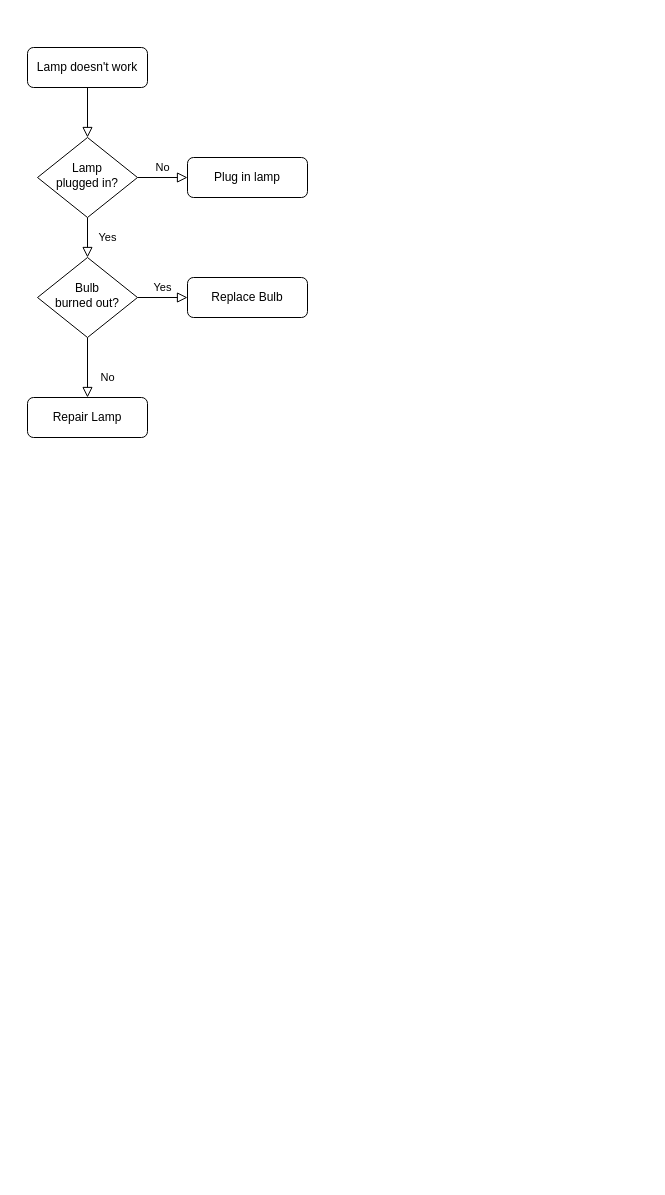
This is Website-flow.drawio from jxcarlat/News_Hub, a draw.io file, before an edit. Source tidied: cells renumbered, new cells numbered last; positions are measured from the earlier drawing's top-left corner, leaving out a move shared by most shapes. Both pictures are drawn from the tidied source at 100%, with x=0, y=0 at pixel (27, 47).
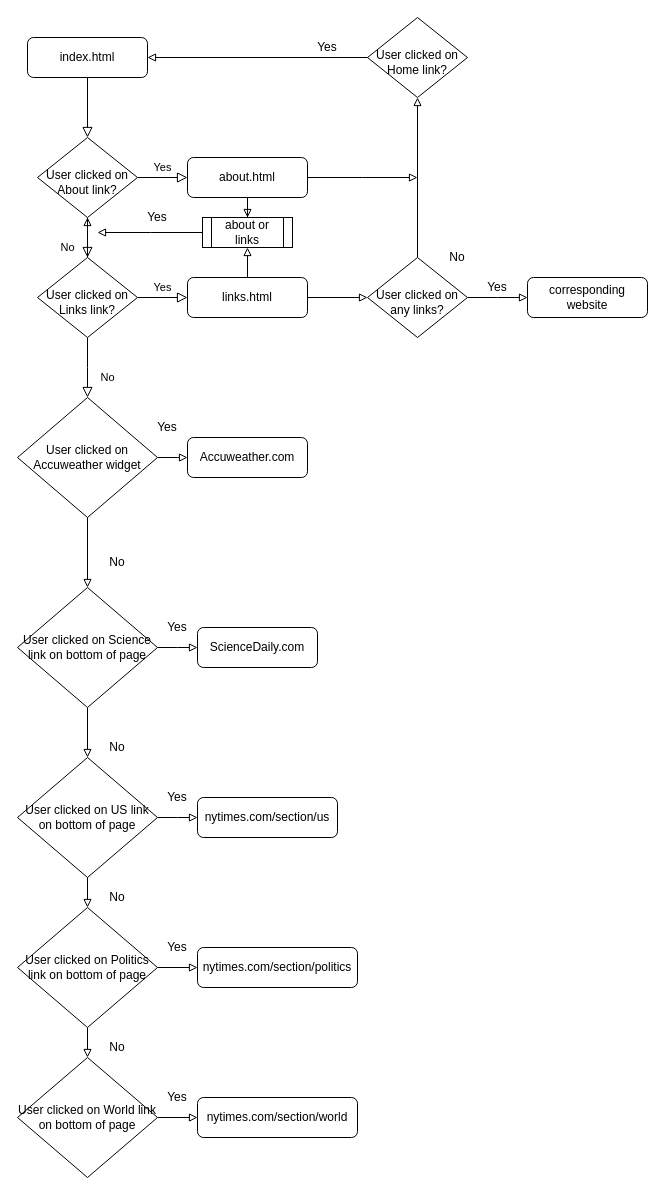
Above is the later version.

Change to the diagram source:
```diff
@@
-    <mxCell id="3" value="Lamp doesn't work" style="rounded=1;whiteSpace=wrap;html=1;fontSize=12;glass=0;strokeWidth=1;shadow=0;" parent="1" vertex="1">
-      <mxGeometry width="120" height="40" as="geometry" />
+    <mxCell id="3" value="index.html" style="rounded=1;whiteSpace=wrap;html=1;fontSize=12;glass=0;strokeWidth=1;shadow=0;" parent="1" vertex="1">
+      <mxGeometry y="-10" width="120" height="40" as="geometry" />
     </mxCell>
-    <mxCell id="4" value="Yes" style="rounded=0;html=1;jettySize=auto;fontSize=11;endArrow=block;endFill=0;endSize=8;strokeWidth=1;shadow=0;labelBackgroundColor=none;edgeStyle=orthogonalEdgeStyle;" parent="1" edge="1" source="6" target="10">
-      <mxGeometry y="20" relative="1" as="geometry" />
+    <mxCell id="4" value="No" style="rounded=0;html=1;jettySize=auto;fontSize=11;endArrow=block;endFill=0;endSize=8;strokeWidth=1;shadow=0;labelBackgroundColor=none;edgeStyle=orthogonalEdgeStyle;" parent="1" edge="1" source="6" target="10">
+      <mxGeometry x="0.5" y="-20" relative="1" as="geometry" />
     </mxCell>
-    <mxCell id="5" value="No" style="edgeStyle=orthogonalEdgeStyle;rounded=0;html=1;jettySize=auto;fontSize=11;endArrow=block;endFill=0;endSize=8;strokeWidth=1;shadow=0;labelBackgroundColor=none;" parent="1" edge="1" source="6" target="7">
+    <mxCell id="5" value="Yes" style="edgeStyle=orthogonalEdgeStyle;rounded=0;html=1;jettySize=auto;fontSize=11;endArrow=block;endFill=0;endSize=8;strokeWidth=1;shadow=0;labelBackgroundColor=none;" parent="1" edge="1" source="6" target="7">
       <mxGeometry y="10" relative="1" as="geometry" />
     </mxCell>
-    <mxCell id="6" value="Lamp&lt;br&gt;plugged in?" style="rhombus;whiteSpace=wrap;html=1;shadow=0;fontFamily=Helvetica;fontSize=12;align=center;strokeWidth=1;spacing=6;spacingTop=-4;" parent="1" vertex="1">
+    <mxCell id="6" value="&lt;br&gt;User clicked on About link?" style="rhombus;whiteSpace=wrap;html=1;shadow=0;fontFamily=Helvetica;fontSize=12;align=center;strokeWidth=1;spacing=6;spacingTop=-4;" parent="1" vertex="1">
       <mxGeometry x="10" y="90" width="100" height="80" as="geometry" />
     </mxCell>
+    <mxCell id="13" style="edgeStyle=orthogonalEdgeStyle;rounded=0;jettySize=auto;html=1;endArrow=block;endFill=0;strokeWidth=1;" parent="1" edge="1" source="7">
+      <mxGeometry relative="1" as="geometry">
+        <mxPoint x="390" y="130" as="targetPoint" />
+      </mxGeometry>
+    </mxCell>
+    <mxCell id="14" style="edgeStyle=orthogonalEdgeStyle;rounded=0;jettySize=auto;html=1;entryX=0.5;entryY=0;entryDx=0;entryDy=0;endArrow=block;endFill=0;" parent="1" edge="1" source="7" target="56">
+      <mxGeometry relative="1" as="geometry" />
+    </mxCell>
-    <mxCell id="7" value="Plug in lamp" style="rounded=1;whiteSpace=wrap;html=1;fontSize=12;glass=0;strokeWidth=1;shadow=0;" parent="1" vertex="1">
+    <mxCell id="7" value="about.html" style="rounded=1;whiteSpace=wrap;html=1;fontSize=12;glass=0;strokeWidth=1;shadow=0;" parent="1" vertex="1">
       <mxGeometry x="160" y="110" width="120" height="40" as="geometry" />
     </mxCell>
-    <mxCell id="8" value="No" style="rounded=0;html=1;jettySize=auto;fontSize=11;endArrow=block;endFill=0;endSize=8;strokeWidth=1;shadow=0;labelBackgroundColor=none;edgeStyle=orthogonalEdgeStyle;" parent="1" edge="1" source="10" target="11">
-      <mxGeometry x="0.33" y="20" relative="1" as="geometry" />
+    <mxCell id="8" value="No" style="rounded=0;html=1;jettySize=auto;fontSize=11;endArrow=block;endFill=0;endSize=8;strokeWidth=1;shadow=0;labelBackgroundColor=none;edgeStyle=orthogonalEdgeStyle;" parent="1" edge="1" source="10">
+      <mxGeometry x="0.33" y="20" relative="1" as="geometry">
+        <mxPoint x="60" y="350" as="targetPoint" />
+      </mxGeometry>
     </mxCell>
@@
+    <mxCell id="15" style="edgeStyle=orthogonalEdgeStyle;rounded=0;jettySize=auto;html=1;endArrow=block;endFill=0;" parent="1" edge="1" source="10" target="6">
+      <mxGeometry relative="1" as="geometry" />
+    </mxCell>
-    <mxCell id="10" value="Bulb&lt;br&gt;burned out?" style="rhombus;whiteSpace=wrap;html=1;shadow=0;fontFamily=Helvetica;fontSize=12;align=center;strokeWidth=1;spacing=6;spacingTop=-4;" parent="1" vertex="1">
+    <mxCell id="10" value="&lt;br&gt;User clicked on Links link?" style="rhombus;whiteSpace=wrap;html=1;shadow=0;fontFamily=Helvetica;fontSize=12;align=center;strokeWidth=1;spacing=6;spacingTop=-4;" parent="1" vertex="1">
       <mxGeometry x="10" y="210" width="100" height="80" as="geometry" />
     </mxCell>
-    <mxCell id="11" value="Repair Lamp" style="rounded=1;whiteSpace=wrap;html=1;fontSize=12;glass=0;strokeWidth=1;shadow=0;" parent="1" vertex="1">
-      <mxGeometry y="350" width="120" height="40" as="geometry" />
-    </mxCell>
+    <mxCell id="16" style="edgeStyle=orthogonalEdgeStyle;rounded=0;jettySize=auto;html=1;entryX=0;entryY=0.5;entryDx=0;entryDy=0;endArrow=block;endFill=0;strokeWidth=1;" parent="1" edge="1" source="12" target="48">
+      <mxGeometry relative="1" as="geometry" />
+    </mxCell>
+    <mxCell id="17" style="edgeStyle=orthogonalEdgeStyle;rounded=0;jettySize=auto;html=1;endArrow=block;endFill=0;" parent="1" edge="1" source="12" target="56">
+      <mxGeometry relative="1" as="geometry" />
+    </mxCell>
-    <mxCell id="12" value="Replace Bulb" style="rounded=1;whiteSpace=wrap;html=1;fontSize=12;glass=0;strokeWidth=1;shadow=0;" parent="1" vertex="1">
+    <mxCell id="12" value="links.html" style="rounded=1;whiteSpace=wrap;html=1;fontSize=12;glass=0;strokeWidth=1;shadow=0;" parent="1" vertex="1">
       <mxGeometry x="160" y="230" width="120" height="40" as="geometry" />
     </mxCell>
+    <mxCell id="18" style="edgeStyle=orthogonalEdgeStyle;rounded=0;jettySize=auto;html=1;endArrow=block;endFill=0;strokeWidth=1;" parent="1" edge="1" source="20">
+      <mxGeometry relative="1" as="geometry">
+        <mxPoint x="160" y="410" as="targetPoint" />
+      </mxGeometry>
+    </mxCell>
+    <mxCell id="19" style="edgeStyle=orthogonalEdgeStyle;rounded=0;jettySize=auto;html=1;endArrow=block;endFill=0;strokeWidth=1;" parent="1" edge="1" source="20" target="24">
+      <mxGeometry relative="1" as="geometry" />
+    </mxCell>
+    <mxCell id="20" value="User clicked on Accuweather widget" style="rhombus;whiteSpace=wrap;html=1;" parent="1" vertex="1">
+      <mxGeometry x="-10" y="350" width="140" height="120" as="geometry" />
+    </mxCell>
+    <mxCell id="21" value="Accuweather.com" style="rounded=1;whiteSpace=wrap;html=1;fontSize=12;glass=0;strokeWidth=1;shadow=0;" parent="1" vertex="1">
+      <mxGeometry x="160" y="390" width="120" height="40" as="geometry" />
+    </mxCell>
+    <mxCell id="22" style="edgeStyle=orthogonalEdgeStyle;rounded=0;jettySize=auto;html=1;endArrow=block;endFill=0;strokeWidth=1;" parent="1" edge="1" source="24">
+      <mxGeometry relative="1" as="geometry">
+        <mxPoint x="170" y="600" as="targetPoint" />
+      </mxGeometry>
+    </mxCell>
+    <mxCell id="23" style="edgeStyle=orthogonalEdgeStyle;rounded=0;jettySize=auto;html=1;entryX=0.5;entryY=0;entryDx=0;entryDy=0;endArrow=block;endFill=0;strokeWidth=1;" parent="1" edge="1" source="24" target="29">
+      <mxGeometry relative="1" as="geometry" />
+    </mxCell>
+    <mxCell id="24" value="User clicked on Science link on bottom of page" style="rhombus;whiteSpace=wrap;html=1;" parent="1" vertex="1">
+      <mxGeometry x="-10" y="540" width="140" height="120" as="geometry" />
+    </mxCell>
+    <mxCell id="25" value="No" style="text;html=1;strokeColor=none;fillColor=none;align=center;verticalAlign=middle;whiteSpace=wrap;rounded=0;" parent="1" vertex="1">
+      <mxGeometry x="70" y="505" width="40" height="20" as="geometry" />
+    </mxCell>
+    <mxCell id="26" value="ScienceDaily.com" style="rounded=1;whiteSpace=wrap;html=1;fontSize=12;glass=0;strokeWidth=1;shadow=0;" parent="1" vertex="1">
+      <mxGeometry x="170" y="580" width="120" height="40" as="geometry" />
+    </mxCell>
+    <mxCell id="27" style="edgeStyle=orthogonalEdgeStyle;rounded=0;jettySize=auto;html=1;endArrow=block;endFill=0;strokeWidth=1;" parent="1" edge="1" source="29">
+      <mxGeometry relative="1" as="geometry">
+        <mxPoint x="170" y="770" as="targetPoint" />
+      </mxGeometry>
+    </mxCell>
+    <mxCell id="28" style="edgeStyle=orthogonalEdgeStyle;rounded=0;jettySize=auto;html=1;entryX=0.5;entryY=0;entryDx=0;entryDy=0;endArrow=block;endFill=0;strokeWidth=1;" parent="1" edge="1" source="29" target="34">
+      <mxGeometry relative="1" as="geometry" />
+    </mxCell>
+    <mxCell id="29" value="User clicked on US link on bottom of page" style="rhombus;whiteSpace=wrap;html=1;" parent="1" vertex="1">
+      <mxGeometry x="-10" y="710" width="140" height="120" as="geometry" />
+    </mxCell>
+    <mxCell id="30" value="No" style="text;html=1;strokeColor=none;fillColor=none;align=center;verticalAlign=middle;whiteSpace=wrap;rounded=0;" parent="1" vertex="1">
+      <mxGeometry x="70" y="690" width="40" height="20" as="geometry" />
+    </mxCell>
+    <mxCell id="31" value="nytimes.com/section/us" style="rounded=1;whiteSpace=wrap;html=1;fontSize=12;glass=0;strokeWidth=1;shadow=0;" parent="1" vertex="1">
+      <mxGeometry x="170" y="750" width="140" height="40" as="geometry" />
+    </mxCell>
+    <mxCell id="32" style="edgeStyle=orthogonalEdgeStyle;rounded=0;jettySize=auto;html=1;entryX=0;entryY=0.5;entryDx=0;entryDy=0;endArrow=block;endFill=0;strokeWidth=1;" parent="1" edge="1" source="34" target="36">
+      <mxGeometry relative="1" as="geometry" />
+    </mxCell>
+    <mxCell id="33" style="edgeStyle=orthogonalEdgeStyle;rounded=0;jettySize=auto;html=1;endArrow=block;endFill=0;strokeWidth=1;" parent="1" edge="1" source="34" target="42">
+      <mxGeometry relative="1" as="geometry" />
+    </mxCell>
+    <mxCell id="34" value="User clicked on Politics link on bottom of page" style="rhombus;whiteSpace=wrap;html=1;" parent="1" vertex="1">
+      <mxGeometry x="-10" y="860" width="140" height="120" as="geometry" />
+    </mxCell>
+    <mxCell id="35" value="No" style="text;html=1;strokeColor=none;fillColor=none;align=center;verticalAlign=middle;whiteSpace=wrap;rounded=0;" parent="1" vertex="1">
+      <mxGeometry x="70" y="840" width="40" height="20" as="geometry" />
+    </mxCell>
+    <mxCell id="36" value="nytimes.com/section/politics" style="rounded=1;whiteSpace=wrap;html=1;fontSize=12;glass=0;strokeWidth=1;shadow=0;" parent="1" vertex="1">
+      <mxGeometry x="170" y="900" width="160" height="40" as="geometry" />
+    </mxCell>
+    <mxCell id="37" value="Yes" style="text;html=1;strokeColor=none;fillColor=none;align=center;verticalAlign=middle;whiteSpace=wrap;rounded=0;" parent="1" vertex="1">
+      <mxGeometry x="120" y="370" width="40" height="20" as="geometry" />
+    </mxCell>
+    <mxCell id="38" value="Yes" style="text;html=1;strokeColor=none;fillColor=none;align=center;verticalAlign=middle;whiteSpace=wrap;rounded=0;" parent="1" vertex="1">
+      <mxGeometry x="130" y="570" width="40" height="20" as="geometry" />
+    </mxCell>
+    <mxCell id="39" value="Yes" style="text;html=1;strokeColor=none;fillColor=none;align=center;verticalAlign=middle;whiteSpace=wrap;rounded=0;" parent="1" vertex="1">
+      <mxGeometry x="130" y="740" width="40" height="20" as="geometry" />
+    </mxCell>
+    <mxCell id="40" value="Yes" style="text;html=1;strokeColor=none;fillColor=none;align=center;verticalAlign=middle;whiteSpace=wrap;rounded=0;" parent="1" vertex="1">
+      <mxGeometry x="130" y="890" width="40" height="20" as="geometry" />
+    </mxCell>
+    <mxCell id="41" style="edgeStyle=orthogonalEdgeStyle;rounded=0;jettySize=auto;html=1;entryX=0;entryY=0.5;entryDx=0;entryDy=0;endArrow=block;endFill=0;strokeWidth=1;" parent="1" edge="1" source="42" target="43">
+      <mxGeometry relative="1" as="geometry" />
+    </mxCell>
+    <mxCell id="42" value="User clicked on World link on bottom of page" style="rhombus;whiteSpace=wrap;html=1;" parent="1" vertex="1">
+      <mxGeometry x="-10" y="1010" width="140" height="120" as="geometry" />
+    </mxCell>
+    <mxCell id="43" value="nytimes.com/section/world" style="rounded=1;whiteSpace=wrap;html=1;fontSize=12;glass=0;strokeWidth=1;shadow=0;" parent="1" vertex="1">
+      <mxGeometry x="170" y="1050" width="160" height="40" as="geometry" />
+    </mxCell>
+    <mxCell id="44" value="Yes" style="text;html=1;strokeColor=none;fillColor=none;align=center;verticalAlign=middle;whiteSpace=wrap;rounded=0;" parent="1" vertex="1">
+      <mxGeometry x="130" y="1040" width="40" height="20" as="geometry" />
+    </mxCell>
+    <mxCell id="45" value="No" style="text;html=1;strokeColor=none;fillColor=none;align=center;verticalAlign=middle;whiteSpace=wrap;rounded=0;" parent="1" vertex="1">
+      <mxGeometry x="70" y="990" width="40" height="20" as="geometry" />
+    </mxCell>
+    <mxCell id="46" style="edgeStyle=orthogonalEdgeStyle;rounded=0;jettySize=auto;html=1;exitX=0.5;exitY=0;exitDx=0;exitDy=0;endArrow=block;endFill=0;strokeWidth=1;entryX=0.5;entryY=1;entryDx=0;entryDy=0;" parent="1" edge="1" source="48" target="53">
+      <mxGeometry relative="1" as="geometry" />
+    </mxCell>
+    <mxCell id="47" style="edgeStyle=orthogonalEdgeStyle;rounded=0;jettySize=auto;html=1;exitX=1;exitY=0.5;exitDx=0;exitDy=0;endArrow=block;endFill=0;strokeWidth=1;" parent="1" edge="1" source="48">
+      <mxGeometry relative="1" as="geometry">
+        <mxPoint x="500" y="250" as="targetPoint" />
+      </mxGeometry>
+    </mxCell>
+    <mxCell id="48" value="&lt;br&gt;User clicked on any links?" style="rhombus;whiteSpace=wrap;html=1;shadow=0;fontFamily=Helvetica;fontSize=12;align=center;strokeWidth=1;spacing=6;spacingTop=-4;" parent="1" vertex="1">
+      <mxGeometry x="340" y="210" width="100" height="80" as="geometry" />
+    </mxCell>
+    <mxCell id="49" value="No" style="text;html=1;strokeColor=none;fillColor=none;align=center;verticalAlign=middle;whiteSpace=wrap;rounded=0;" parent="1" vertex="1">
+      <mxGeometry x="410" y="200" width="40" height="20" as="geometry" />
+    </mxCell>
+    <mxCell id="50" value="corresponding website" style="rounded=1;whiteSpace=wrap;html=1;fontSize=12;glass=0;strokeWidth=1;shadow=0;" parent="1" vertex="1">
+      <mxGeometry x="500" y="230" width="120" height="40" as="geometry" />
+    </mxCell>
+    <mxCell id="51" value="Yes" style="text;html=1;strokeColor=none;fillColor=none;align=center;verticalAlign=middle;whiteSpace=wrap;rounded=0;" parent="1" vertex="1">
+      <mxGeometry x="450" y="230" width="40" height="20" as="geometry" />
+    </mxCell>
+    <mxCell id="52" style="edgeStyle=orthogonalEdgeStyle;rounded=0;jettySize=auto;html=1;entryX=1;entryY=0.5;entryDx=0;entryDy=0;endArrow=block;endFill=0;strokeWidth=1;" parent="1" edge="1" source="53" target="3">
+      <mxGeometry relative="1" as="geometry" />
+    </mxCell>
+    <mxCell id="53" value="&lt;br&gt;User clicked on Home link?" style="rhombus;whiteSpace=wrap;html=1;shadow=0;fontFamily=Helvetica;fontSize=12;align=center;strokeWidth=1;spacing=6;spacingTop=-4;" parent="1" vertex="1">
+      <mxGeometry x="340" y="-30" width="100" height="80" as="geometry" />
+    </mxCell>
+    <mxCell id="54" value="Yes" style="text;html=1;strokeColor=none;fillColor=none;align=center;verticalAlign=middle;whiteSpace=wrap;rounded=0;" parent="1" vertex="1">
+      <mxGeometry x="280" y="-10" width="40" height="20" as="geometry" />
+    </mxCell>
+    <mxCell id="55" style="edgeStyle=orthogonalEdgeStyle;rounded=0;jettySize=auto;html=1;endArrow=block;endFill=0;" parent="1" edge="1" source="56">
+      <mxGeometry relative="1" as="geometry">
+        <mxPoint x="70" y="185" as="targetPoint" />
+      </mxGeometry>
+    </mxCell>
+    <mxCell id="56" value="about or links" style="shape=process;whiteSpace=wrap;html=1;backgroundOutline=1;" parent="1" vertex="1">
+      <mxGeometry x="175" y="170" width="90" height="30" as="geometry" />
+    </mxCell>
+    <mxCell id="57" value="Yes" style="text;html=1;strokeColor=none;fillColor=none;align=center;verticalAlign=middle;whiteSpace=wrap;rounded=0;" parent="1" vertex="1">
+      <mxGeometry x="110" y="160" width="40" height="20" as="geometry" />
+    </mxCell>
```
